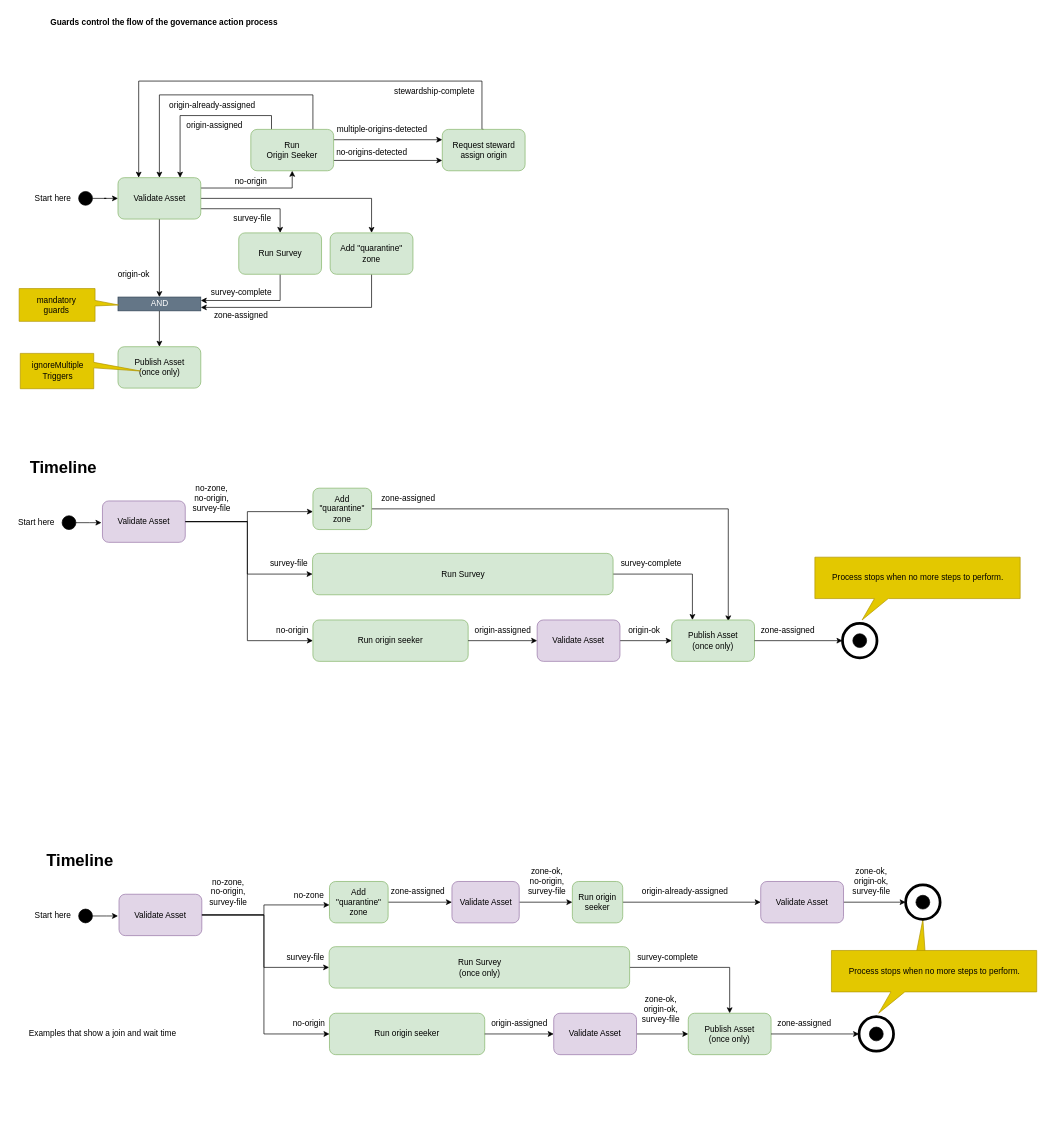
Earlier version of the draw.io diagram page "governance-action-process-example" (4 of 7) of site/docs/concepts/governance-action-processes.drawio (odpi/egeria-docs). Source tidied: cells renumbered, new cells numbered last; positions are measured from the earlier drawing's top-left corner, leaving out a move shared by most shapes. Both pictures are drawn from the tidied source at 69%, with x=0, y=0 at pixel (11, 12).
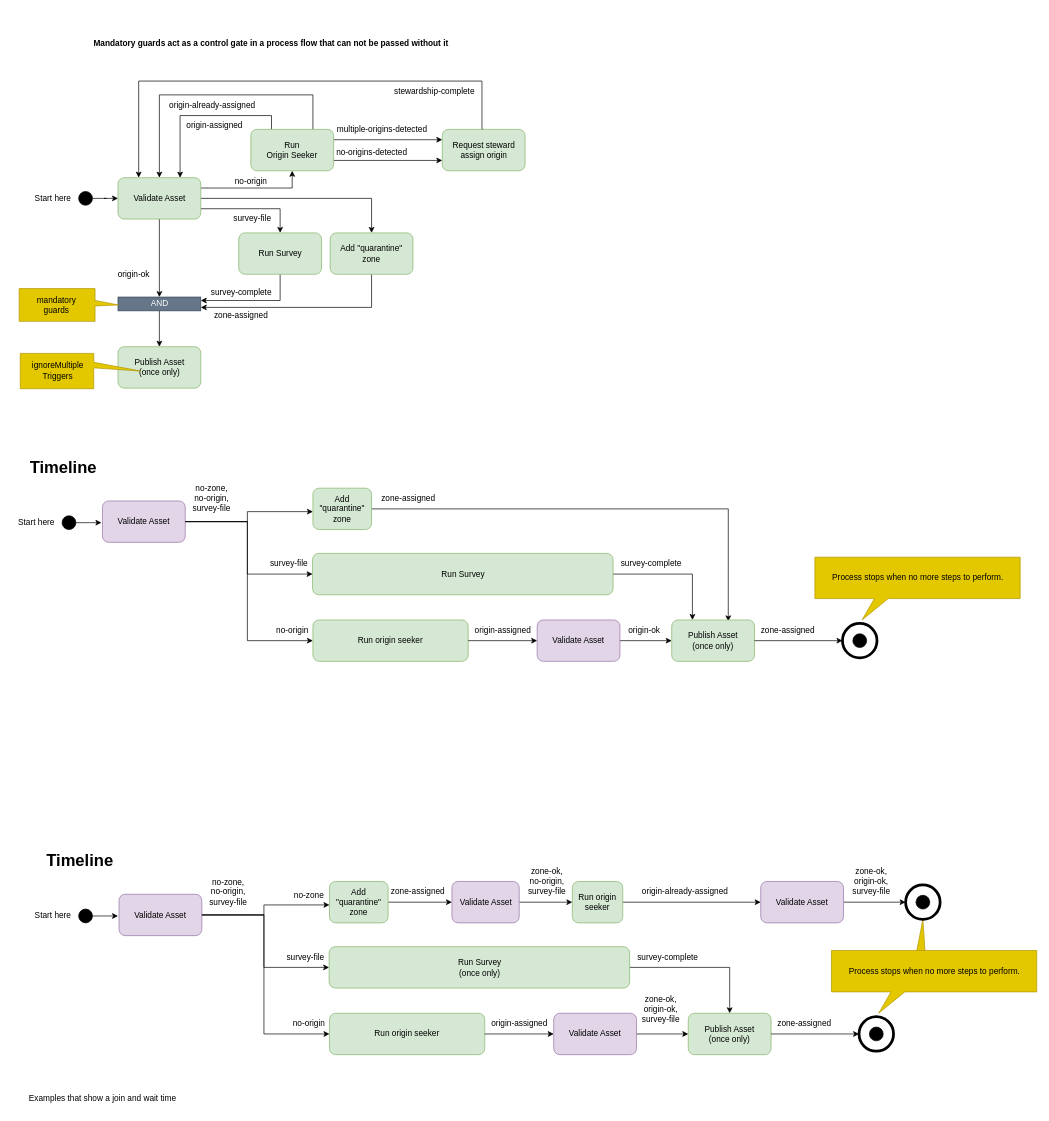
The same diagram, later.

What changed in the source:
```diff
@@
-    <mxCell id="13" value="Guards control the flow of the governance action process" style="text;html=1;align=center;verticalAlign=middle;fontStyle=1;" parent="1" vertex="1">
-      <mxGeometry x="46" width="350" height="30" as="geometry" />
+    <mxCell id="13" value="Mandatory guards act as a control gate in a process flow that can not be passed without it" style="text;html=1;align=center;verticalAlign=middle;fontStyle=1;" parent="1" vertex="1">
+      <mxGeometry x="125.8" y="30" width="500" height="30" as="geometry" />
     </mxCell>
@@
     <mxCell id="67" value="Examples that show a join and wait time" style="text;html=1;align=center;verticalAlign=middle;strokeColor=none;fillColor=none;" parent="1" vertex="1">
-      <mxGeometry x="12" y="1466" width="240" height="30" as="geometry" />
+      <mxGeometry x="12" y="1560" width="240" height="30" as="geometry" />
     </mxCell>
```
